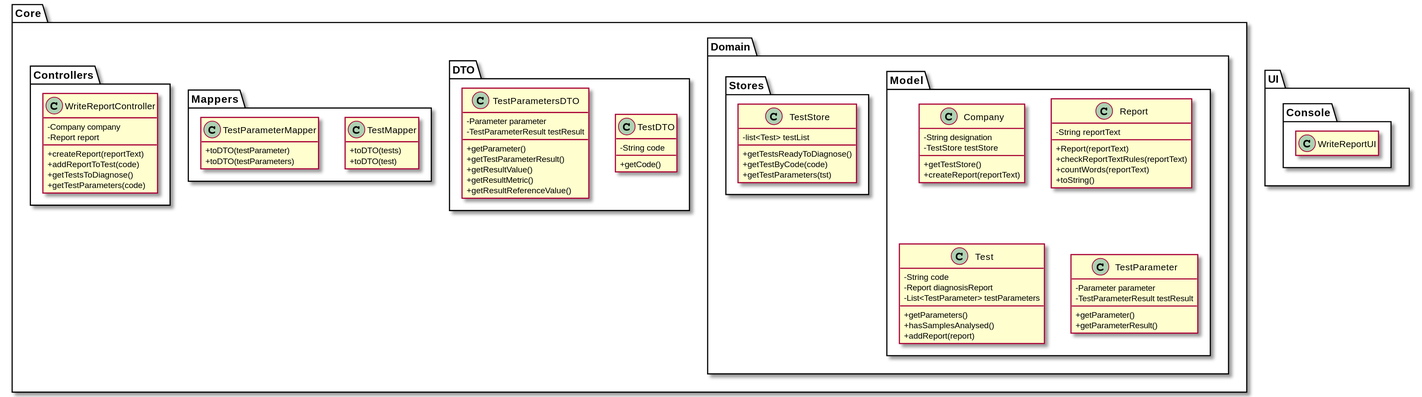
Earlier version of the PlantUML export docs/SprintC/US_14/US014_PD.svg (ana-albergaria/LAPR2-ISEP).
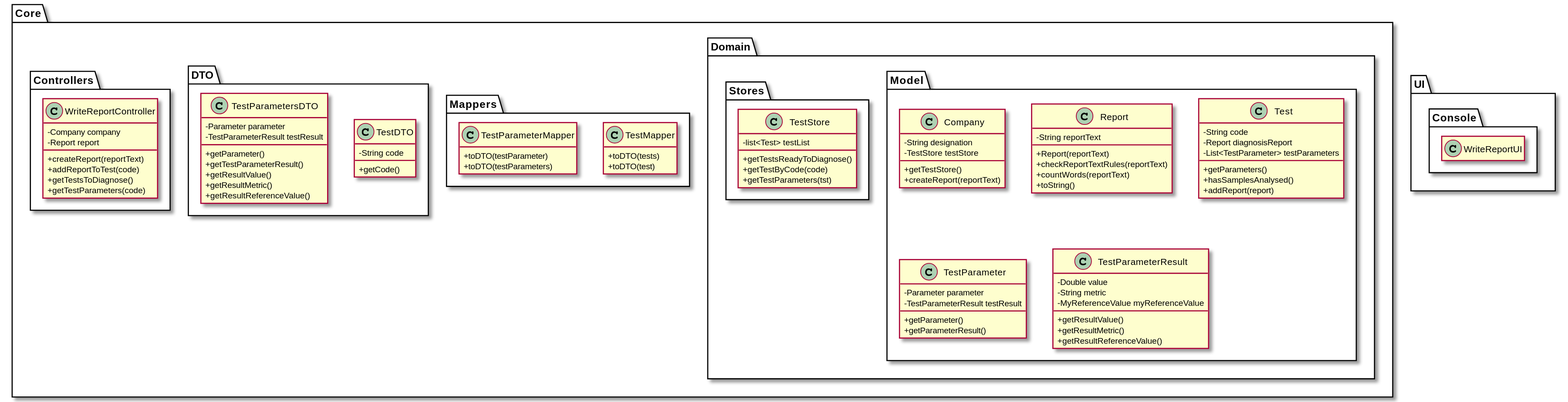
The same file after the commit.

Diff of the diagram source:
```diff
@@ -38,6 +38,15 @@
     -TestParameterResult testResult
     +getParameter()
     +getParameterResult()
+}
+
+class TestParameterResult {
+    -Double value
+    -String metric
+    -MyReferenceValue myReferenceValue
+    +getResultValue()
+    +getResultMetric()
+    +getResultReferenceValue()
 }
 
 }
```
